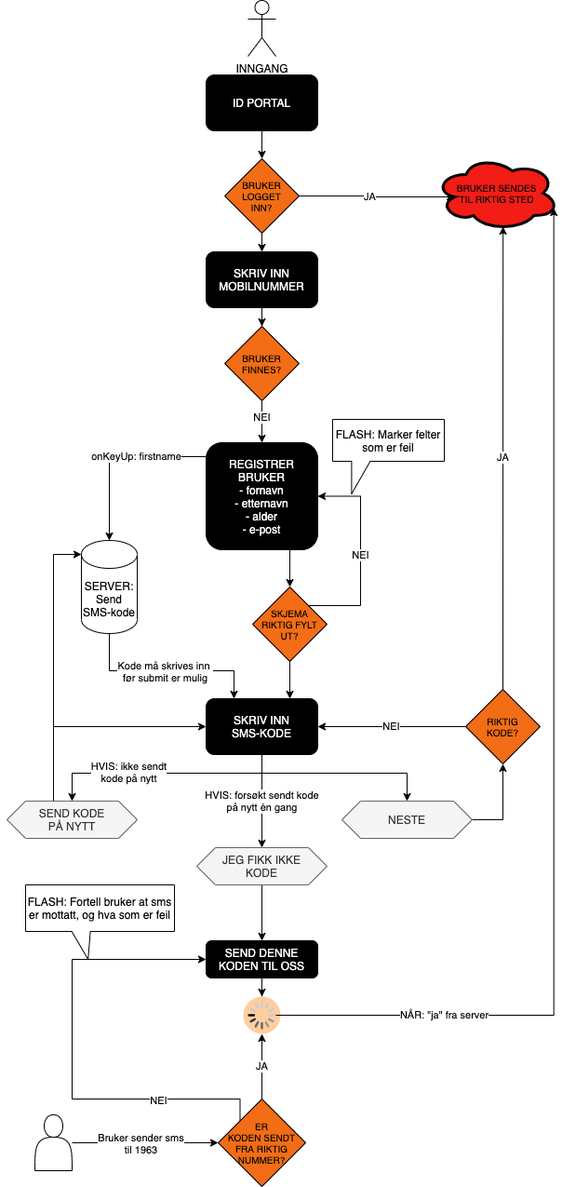
Above: Flytskjema.png in UKMNorge/ID (draw.io), before the change. Source tidied: cells renumbered, new cells last; positions are measured from the earlier drawing's top-left corner, leaving out a move shared by most shapes.
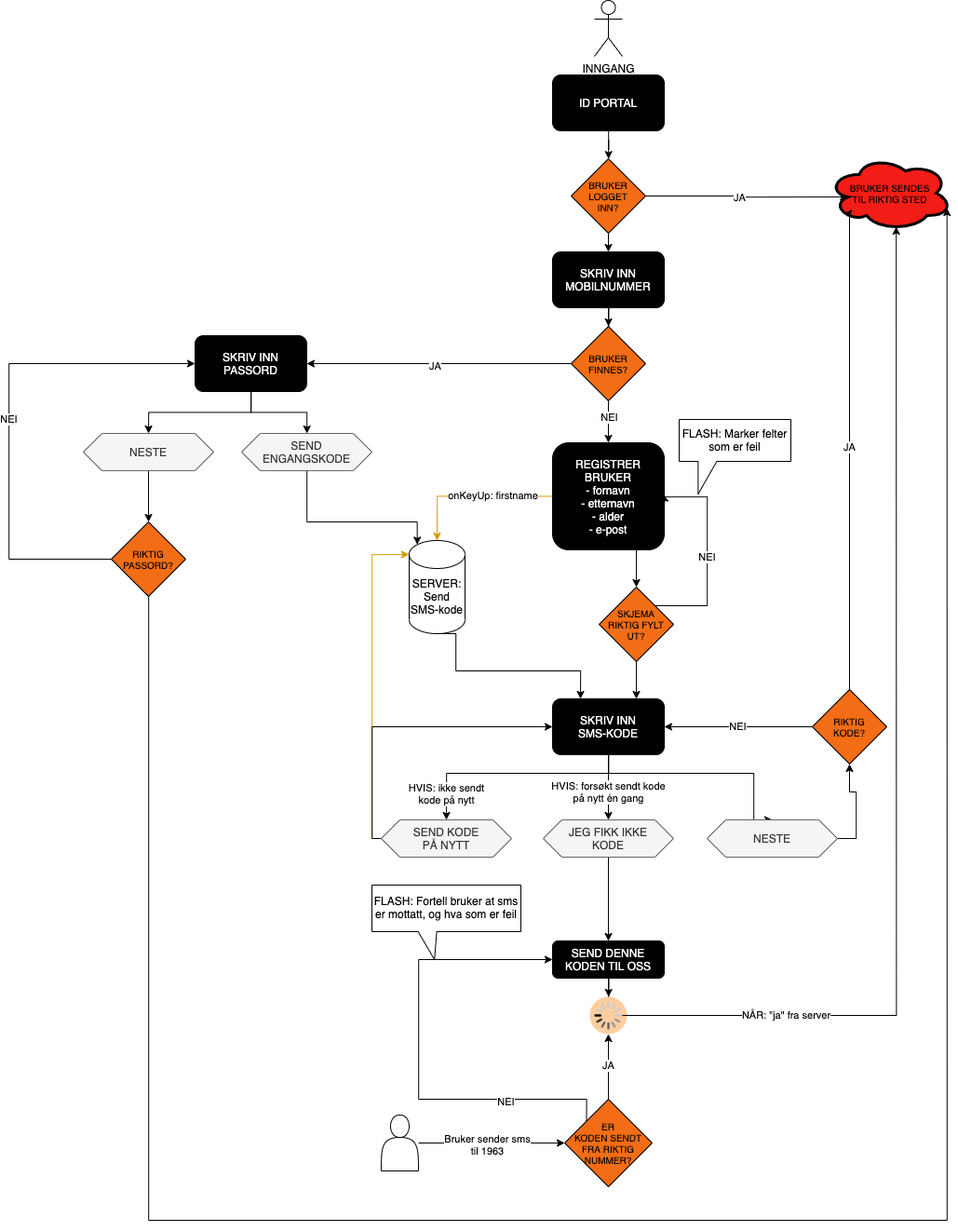
After the commit.

The edit, as a diff of the source:
```diff
@@ -24,7 +24,7 @@
       <mxGeometry x="234" y="170" width="80" height="80" as="geometry" />
     </mxCell>
     <mxCell id="9" value="&lt;font color=&quot;#000000&quot;&gt;BRUKER SENDES TIL RIKTIG STED&lt;/font&gt;" style="ellipse;shape=cloud;whiteSpace=wrap;html=1;strokeWidth=3;fontSize=10;fontColor=#F26D15;align=center;spacing=13;spacingLeft=5;spacingRight=5;fillColor=#F21D16;" parent="1" vertex="1">
-      <mxGeometry x="460" y="167" width="133" height="80" as="geometry" />
+      <mxGeometry x="510" y="167" width="133" height="80" as="geometry" />
     </mxCell>
     <mxCell id="10" style="edgeStyle=orthogonalEdgeStyle;rounded=0;jettySize=auto;html=1;entryX=0.5;entryY=0;entryDx=0;entryDy=0;" parent="1" edge="1" source="11" target="14">
       <mxGeometry relative="1" as="geometry" />
@@ -38,17 +38,23 @@
     <mxCell id="13" value="NEI" style="edgeLabel;html=1;align=center;verticalAlign=middle;" parent="12" vertex="1">
       <mxGeometry x="-0.25" y="-1" relative="1" as="geometry" />
     </mxCell>
+    <mxCell id="54" style="edgeStyle=orthogonalEdgeStyle;rounded=0;jettySize=auto;html=1;entryX=1;entryY=0.5;entryDx=0;entryDy=0;" parent="1" edge="1" source="14" target="58">
+      <mxGeometry relative="1" as="geometry" />
+    </mxCell>
+    <mxCell id="55" value="JA" style="edgeLabel;html=1;align=center;verticalAlign=middle;" parent="54" vertex="1">
+      <mxGeometry x="0.05" y="1" relative="1" as="geometry" />
+    </mxCell>
     <mxCell id="14" value="BRUKER FINNES?" style="rhombus;whiteSpace=wrap;html=1;fillColor=#F26D15;fontSize=10;spacing=4;" parent="1" vertex="1">
       <mxGeometry x="234" y="350" width="80" height="80" as="geometry" />
     </mxCell>
     <mxCell id="15" style="edgeStyle=orthogonalEdgeStyle;rounded=0;jettySize=auto;html=1;exitX=0.75;exitY=1;exitDx=0;exitDy=0;" parent="1" edge="1" source="17" target="20">
       <mxGeometry relative="1" as="geometry" />
     </mxCell>
-    <mxCell id="16" value="onKeyUp: firstname" style="edgeStyle=orthogonalEdgeStyle;rounded=0;jettySize=auto;html=1;exitX=0;exitY=0.5;exitDx=0;exitDy=0;" parent="1" edge="1" source="17" target="24">
-      <mxGeometry relative="1" as="geometry">
+    <mxCell id="16" value="onKeyUp: firstname" style="edgeStyle=orthogonalEdgeStyle;rounded=0;jettySize=auto;html=1;exitX=0;exitY=0.5;exitDx=0;exitDy=0;fillColor=#ffe6cc;strokeColor=#d79b00;" parent="1" edge="1" source="17">
+      <mxGeometry x="-0.25" relative="1" as="geometry">
+        <mxPoint x="90" y="580" as="targetPoint" />
         <Array as="points">
-          <mxPoint x="214" y="490" />
-          <mxPoint x="110" y="490" />
+          <mxPoint x="90" y="533" />
         </Array>
       </mxGeometry>
     </mxCell>
@@ -81,13 +87,8 @@
         </Array>
       </mxGeometry>
     </mxCell>
-    <mxCell id="23" value="Kode må skrives inn&amp;nbsp;&lt;br&gt;før submit er mulig" style="edgeLabel;html=1;align=center;verticalAlign=middle;" parent="22" vertex="1">
-      <mxGeometry x="0.02" y="-1" relative="1" as="geometry">
-        <mxPoint x="-4.2" y="-1" as="offset" />
-      </mxGeometry>
-    </mxCell>
     <mxCell id="24" value="SERVER:&lt;br&gt;Send SMS-kode" style="shape=cylinder3;whiteSpace=wrap;html=1;boundedLbl=1;backgroundOutline=1;size=15;" parent="1" vertex="1">
-      <mxGeometry x="80" y="580" width="60" height="100" as="geometry" />
+      <mxGeometry x="60" y="580" width="60" height="100" as="geometry" />
     </mxCell>
     <mxCell id="25" style="edgeStyle=orthogonalEdgeStyle;rounded=0;jettySize=auto;html=1;entryX=0.5;entryY=0;entryDx=0;entryDy=0;" parent="1" edge="1" source="29" target="37">
       <mxGeometry relative="1" as="geometry">
@@ -97,29 +98,24 @@
         </Array>
       </mxGeometry>
     </mxCell>
-    <mxCell id="26" style="edgeStyle=orthogonalEdgeStyle;rounded=0;jettySize=auto;html=1;entryX=0.5;entryY=0;entryDx=0;entryDy=0;" parent="1" edge="1" source="29" target="35">
-      <mxGeometry relative="1" as="geometry">
-        <Array as="points">
-          <mxPoint x="274" y="830" />
-          <mxPoint x="70" y="830" />
-        </Array>
-      </mxGeometry>
-    </mxCell>
+    <mxCell id="28" value="HVIS: forsøkt sendt kode&lt;br&gt;på nytt én gang" style="edgeStyle=orthogonalEdgeStyle;rounded=0;jettySize=auto;html=1;entryX=0.5;entryY=0;entryDx=0;entryDy=0;" parent="1" edge="1" source="29" target="39">
+      <mxGeometry x="0.14" relative="1" as="geometry" />
+    </mxCell>
-    <mxCell id="27" value="HVIS: ikke sendt&lt;br&gt;kode på nytt" style="edgeLabel;html=1;align=center;verticalAlign=middle;" parent="26" vertex="1">
-      <mxGeometry x="0.16" y="-2" relative="1" as="geometry">
-        <mxPoint x="-16.5" as="offset" />
+    <mxCell id="27" value="HVIS: ikke sendt&lt;br&gt;kode på nytt" style="edgeStyle=orthogonalEdgeStyle;rounded=0;jettySize=auto;html=1;entryX=0.5;entryY=0;entryDx=0;entryDy=0;" parent="1" edge="1" source="29" target="35">
+      <mxGeometry x="0.75" relative="1" as="geometry">
+        <Array as="points">
+          <mxPoint x="274" y="830" />
+          <mxPoint x="100" y="830" />
+        </Array>
       </mxGeometry>
     </mxCell>
-    <mxCell id="28" value="HVIS: forsøkt sendt kode&lt;br&gt;på nytt én gang" style="edgeStyle=orthogonalEdgeStyle;rounded=0;jettySize=auto;html=1;entryX=0.5;entryY=0;entryDx=0;entryDy=0;" parent="1" edge="1" source="29" target="39">
-      <mxGeometry relative="1" as="geometry" />
-    </mxCell>
     <mxCell id="29" value="SKRIV INN&lt;br&gt;SMS-KODE" style="rounded=1;whiteSpace=wrap;html=1;fillColor=#000000;fontColor=#FFFFFF;" parent="1" vertex="1">
       <mxGeometry x="214" y="750" width="120" height="60" as="geometry" />
     </mxCell>
-    <mxCell id="30" value="JA" style="edgeStyle=orthogonalEdgeStyle;rounded=0;jettySize=auto;html=1;exitX=0.5;exitY=0;exitDx=0;exitDy=0;entryX=0.55;entryY=0.95;entryDx=0;entryDy=0;entryPerimeter=0;" parent="1" edge="1" source="32" target="9">
+    <mxCell id="30" value="JA" style="edgeStyle=orthogonalEdgeStyle;rounded=0;jettySize=auto;html=1;exitX=0.5;exitY=0;exitDx=0;exitDy=0;entryX=0.13;entryY=0.77;entryDx=0;entryDy=0;entryPerimeter=0;" parent="1" edge="1" source="32" target="9">
       <mxGeometry relative="1" as="geometry">
         <Array as="points">
-          <mxPoint x="533" y="740" />
+          <mxPoint x="533" y="229" />
         </Array>
       </mxGeometry>
     </mxCell>
@@ -129,34 +125,36 @@
     <mxCell id="32" value="RIKTIG&lt;br&gt;KODE?" style="rhombus;whiteSpace=wrap;html=1;fillColor=#F26D15;fontSize=10;spacing=4;" parent="1" vertex="1">
       <mxGeometry x="493" y="740" width="80" height="80" as="geometry" />
     </mxCell>
+    <mxCell id="34" style="edgeStyle=orthogonalEdgeStyle;rounded=0;jettySize=auto;html=1;entryX=0;entryY=0;entryDx=0;entryDy=15;entryPerimeter=0;fillColor=#ffe6cc;strokeColor=#d79b00;" parent="1" edge="1" source="35" target="24">
+      <mxGeometry relative="1" as="geometry">
+        <Array as="points">
+          <mxPoint x="20" y="900" />
+          <mxPoint x="20" y="595" />
+        </Array>
+      </mxGeometry>
+    </mxCell>
     <mxCell id="33" style="edgeStyle=orthogonalEdgeStyle;rounded=0;jettySize=auto;html=1;entryX=0;entryY=0.5;entryDx=0;entryDy=0;" parent="1" edge="1" source="35" target="29">
       <mxGeometry relative="1" as="geometry">
         <Array as="points">
-          <mxPoint x="50" y="780" />
+          <mxPoint x="20" y="900" />
+          <mxPoint x="20" y="780" />
         </Array>
       </mxGeometry>
     </mxCell>
-    <mxCell id="34" style="edgeStyle=orthogonalEdgeStyle;rounded=0;jettySize=auto;html=1;exitX=0;exitY=0.5;exitDx=0;exitDy=0;entryX=0;entryY=0;entryDx=0;entryDy=15;entryPerimeter=0;" parent="1" edge="1" source="35" target="24">
-      <mxGeometry relative="1" as="geometry">
-        <Array as="points">
-          <mxPoint x="50" y="595" />
-        </Array>
-      </mxGeometry>
-    </mxCell>
     <mxCell id="35" value="SEND KODE&lt;br&gt;PÅ NYTT" style="shape=hexagon;perimeter=hexagonPerimeter2;whiteSpace=wrap;html=1;fixedSize=1;fillColor=#f5f5f5;strokeColor=#666666;fontColor=#333333;" parent="1" vertex="1">
-      <mxGeometry y="860" width="140" height="40" as="geometry" />
+      <mxGeometry x="30" y="880" width="140" height="40" as="geometry" />
     </mxCell>
     <mxCell id="36" style="edgeStyle=orthogonalEdgeStyle;rounded=0;jettySize=auto;html=1;exitX=1;exitY=0.5;exitDx=0;exitDy=0;" parent="1" edge="1" source="37" target="32">
       <mxGeometry relative="1" as="geometry" />
     </mxCell>
     <mxCell id="37" value="NESTE" style="shape=hexagon;perimeter=hexagonPerimeter2;whiteSpace=wrap;html=1;fixedSize=1;fillColor=#f5f5f5;strokeColor=#666666;fontColor=#333333;" parent="1" vertex="1">
-      <mxGeometry x="360" y="860" width="140" height="40" as="geometry" />
+      <mxGeometry x="380" y="880" width="140" height="40" as="geometry" />
     </mxCell>
     <mxCell id="38" style="edgeStyle=orthogonalEdgeStyle;rounded=0;jettySize=auto;html=1;" parent="1" edge="1" source="39" target="41">
       <mxGeometry relative="1" as="geometry" />
     </mxCell>
     <mxCell id="39" value="JEG FIKK IKKE&lt;br&gt;KODE" style="shape=hexagon;perimeter=hexagonPerimeter2;whiteSpace=wrap;html=1;fixedSize=1;fillColor=#f5f5f5;strokeColor=#666666;fontColor=#333333;" parent="1" vertex="1">
-      <mxGeometry x="204" y="910" width="140" height="40" as="geometry" />
+      <mxGeometry x="204" y="880" width="140" height="40" as="geometry" />
     </mxCell>
     <mxCell id="40" style="edgeStyle=orthogonalEdgeStyle;rounded=0;jettySize=auto;html=1;" parent="1" edge="1" source="41" target="50">
       <mxGeometry relative="1" as="geometry" />
@@ -202,11 +200,59 @@
     <mxCell id="51" style="html=1;verticalLabelPosition=bottom;labelBackgroundColor=#ffffff;verticalAlign=top;shadow=0;dashed=0;strokeWidth=2;shape=mxgraph.ios7.misc.loading_circle;" parent="49" vertex="1">
       <mxGeometry x="5" y="5" width="30" height="30" as="geometry" />
     </mxCell>
-    <mxCell id="52" value="NÅR: &quot;ja&quot; fra server" style="edgeStyle=orthogonalEdgeStyle;rounded=0;jettySize=auto;html=1;entryX=0.96;entryY=0.7;entryDx=0;entryDy=0;entryPerimeter=0;" parent="1" edge="1" source="51" target="9">
+    <mxCell id="52" value="NÅR: &quot;ja&quot; fra server" style="edgeStyle=orthogonalEdgeStyle;rounded=0;jettySize=auto;html=1;entryX=0.55;entryY=0.95;entryDx=0;entryDy=0;entryPerimeter=0;" parent="1" edge="1" source="51" target="9">
       <mxGeometry x="-0.69" relative="1" as="geometry" />
     </mxCell>
     <mxCell id="53" value="FLASH: Fortell bruker at sms er mottatt, og hva som er feil" style="shape=callout;whiteSpace=wrap;html=1;perimeter=calloutPerimeter;position2=0.42;size=30;position=0.31;base=20;" parent="1" vertex="1">
       <mxGeometry x="20" y="950" width="160" height="80" as="geometry" />
     </mxCell>
+    <mxCell id="56" style="edgeStyle=orthogonalEdgeStyle;rounded=0;jettySize=auto;html=1;" parent="1" edge="1" source="58" target="64">
+      <mxGeometry relative="1" as="geometry" />
+    </mxCell>
+    <mxCell id="57" style="edgeStyle=orthogonalEdgeStyle;rounded=0;jettySize=auto;html=1;entryX=0.5;entryY=0;entryDx=0;entryDy=0;" parent="1" edge="1" source="58" target="66">
+      <mxGeometry relative="1" as="geometry" />
+    </mxCell>
+    <mxCell id="58" value="SKRIV INN PASSORD" style="rounded=1;whiteSpace=wrap;html=1;fillColor=#000000;fontColor=#FFFFFF;" parent="1" vertex="1">
+      <mxGeometry x="-170" y="360" width="120" height="60" as="geometry" />
+    </mxCell>
+    <mxCell id="59" style="edgeStyle=orthogonalEdgeStyle;rounded=0;jettySize=auto;html=1;exitX=0.5;exitY=1;exitDx=0;exitDy=0;entryX=0.5;entryY=0;entryDx=0;entryDy=0;" parent="1" edge="1" source="66" target="62">
+      <mxGeometry relative="1" as="geometry" />
+    </mxCell>
+    <mxCell id="60" value="NEI" style="edgeStyle=orthogonalEdgeStyle;rounded=0;jettySize=auto;html=1;entryX=0;entryY=0.5;entryDx=0;entryDy=0;" parent="1" edge="1" source="62" target="58">
+      <mxGeometry relative="1" as="geometry">
+        <Array as="points">
+          <mxPoint x="-370" y="600" />
+          <mxPoint x="-370" y="390" />
+        </Array>
+      </mxGeometry>
+    </mxCell>
+    <mxCell id="61" style="edgeStyle=orthogonalEdgeStyle;rounded=0;jettySize=auto;html=1;entryX=0.96;entryY=0.7;entryDx=0;entryDy=0;entryPerimeter=0;" parent="1" edge="1" source="62" target="9">
+      <mxGeometry relative="1" as="geometry">
+        <Array as="points">
+          <mxPoint x="-220" y="1310" />
+          <mxPoint x="638" y="1310" />
+        </Array>
+      </mxGeometry>
+    </mxCell>
+    <mxCell id="62" value="RIKTIG&lt;br&gt;PASSORD?" style="rhombus;whiteSpace=wrap;html=1;fillColor=#F26D15;fontSize=10;spacing=4;" parent="1" vertex="1">
+      <mxGeometry x="-260" y="560" width="80" height="80" as="geometry" />
+    </mxCell>
+    <mxCell id="63" style="edgeStyle=orthogonalEdgeStyle;rounded=0;jettySize=auto;html=1;entryX=0.145;entryY=0;entryDx=0;entryDy=4.35;entryPerimeter=0;" parent="1" edge="1" source="64" target="24">
+      <mxGeometry relative="1" as="geometry">
+        <Array as="points">
+          <mxPoint x="-50" y="560" />
+          <mxPoint x="69" y="560" />
+        </Array>
+      </mxGeometry>
+    </mxCell>
+    <mxCell id="64" value="SEND&lt;br&gt;ENGANGSKODE" style="shape=hexagon;perimeter=hexagonPerimeter2;whiteSpace=wrap;html=1;fixedSize=1;fillColor=#f5f5f5;strokeColor=#666666;fontColor=#333333;" parent="1" vertex="1">
+      <mxGeometry x="-120" y="465" width="140" height="40" as="geometry" />
+    </mxCell>
+    <mxCell id="65" style="edgeStyle=orthogonalEdgeStyle;rounded=0;orthogonalLoop=1;jettySize=auto;html=1;exitX=0.5;exitY=1;exitDx=0;exitDy=0;entryX=0.5;entryY=0.833;entryDx=0;entryDy=0;entryPerimeter=0;" parent="1" edge="1" source="58" target="58">
+      <mxGeometry relative="1" as="geometry" />
+    </mxCell>
+    <mxCell id="66" value="NESTE" style="shape=hexagon;perimeter=hexagonPerimeter2;whiteSpace=wrap;html=1;fixedSize=1;fillColor=#f5f5f5;strokeColor=#666666;fontColor=#333333;" parent="1" vertex="1">
+      <mxGeometry x="-290" y="465" width="140" height="40" as="geometry" />
+    </mxCell>
   </root>
 </mxGraphModel>
```
